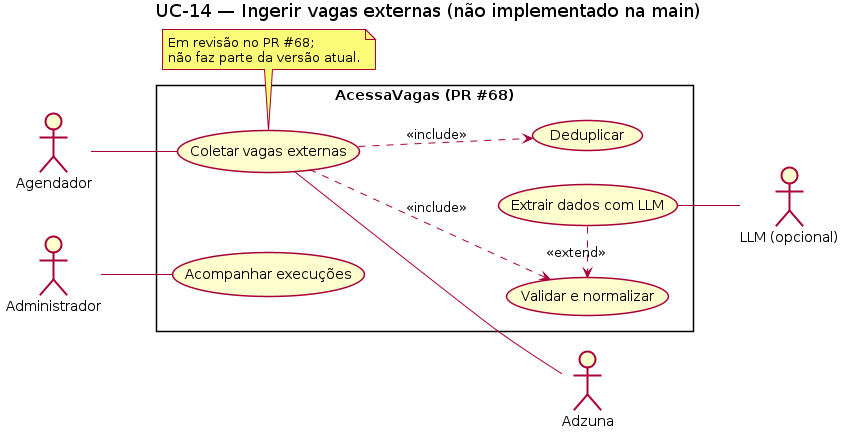
Above: docs/Diagramas Caso De Uso/UC-14-ingestao-json.png in rafael-marquart/Trabalho_ModelagemDeSistema (PlantUML), before the change. Its source is kept beside it as docs/Diagramas Caso De Uso/fonte/UC-14-ingestao-json.puml.
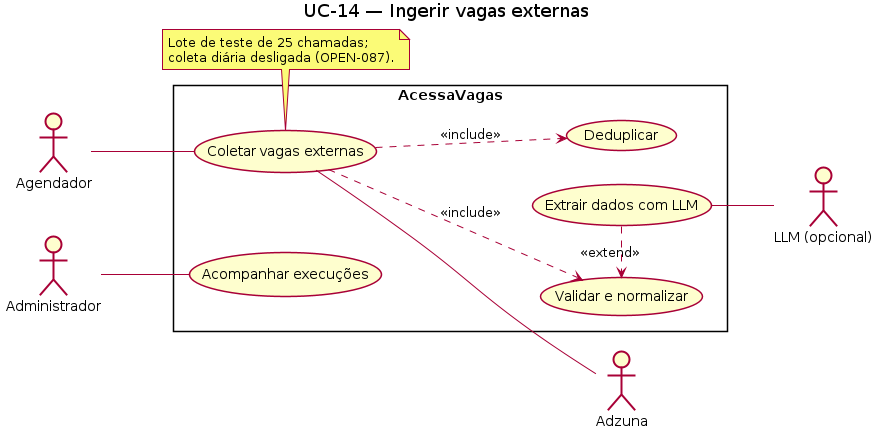
Above is the later version.

Change to the diagram source:
```diff
@@ -2,12 +2,12 @@
 skinparam shadowing false
 skinparam defaultFontName DejaVu Sans
 left to right direction
-title UC-14 — Ingerir vagas externas (não implementado na main)
+title UC-14 — Ingerir vagas externas
 actor "Agendador" as AG
 actor "Administrador" as A
 actor "Adzuna" as Z
 actor "LLM (opcional)" as L
-rectangle "AcessaVagas (PR #68)" {
+rectangle "AcessaVagas" {
   usecase "Coletar vagas externas" as C
   usecase "Validar e normalizar" as V
   usecase "Extrair dados com LLM" as X
@@ -21,5 +21,5 @@
 C ..> D : <<include>>
 X .> V : <<extend>>
 X -- L
-note bottom of C : Em revisão no PR #68;\nnão faz parte da versão atual.
+note bottom of C : Lote de teste de 25 chamadas;\ncoleta diária desligada (OPEN-087).
 @enduml
```
